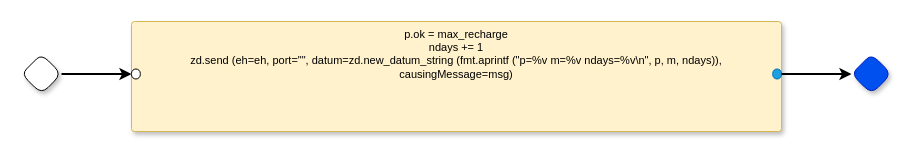
guitarvydas/dc0d keeps this draw.io diagram as page "Rest" (3 of 3) of dc0d.drawio. Above is the earlier version. Source tidied: cells renumbered, new cells numbered last; positions are measured from the earlier drawing's top-left corner, leaving out a move shared by most shapes. Both pictures are drawn from the tidied source at 100%, with x=0, y=0 at pixel (21, 21).
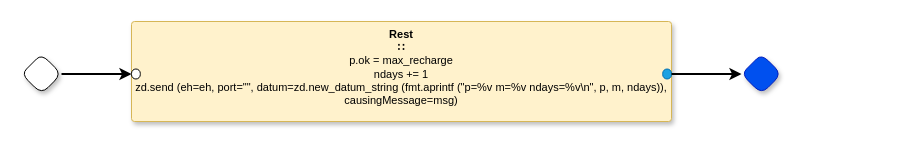
Above is the later version.

Commit message (it also covers changes not shown here):
get rid of span in Rest

Diff of the diagram source:
```diff
@@
 <mxGraphModel>
   <root>
     <mxCell id="0" />
     <mxCell id="1" parent="0" />
-    <mxCell id="2" value="p.ok = max_recharge&lt;br&gt;ndays += 1&lt;br&gt;zd.send (eh=eh, port=&quot;&quot;, datum=zd.new_datum_string (fmt.aprintf (&quot;p=%v m=%v ndays=%v\n&quot;, p, m, ndays)), causingMessage=msg)" style="rounded=1;whiteSpace=wrap;html=1;sketch=0;verticalAlign=top;arcSize=6;fontStyle=0;absoluteArcSize=1;shadow=1;strokeColor=#d6b656;fillColor=#fff2cc;fontFamily=Helvetica;fontSize=11;" parent="1" vertex="1">
-      <mxGeometry x="110" width="650" height="110" as="geometry" />
+    <mxCell id="2" value="&lt;span style=&quot;border-color: var(--border-color);&quot;&gt;&lt;b&gt;Rest&lt;br&gt;∷&lt;br&gt;&lt;/b&gt;&lt;/span&gt;p.ok = max_recharge&lt;br&gt;ndays += 1&lt;br&gt;zd.send (eh=eh, port=&quot;&quot;, datum=zd.new_datum_string (fmt.aprintf (&quot;p=%v m=%v ndays=%v\n&quot;, p, m, ndays)), causingMessage=msg)" style="rounded=1;whiteSpace=wrap;html=1;sketch=0;verticalAlign=top;arcSize=6;fontStyle=0;absoluteArcSize=1;shadow=1;strokeColor=#d6b656;fillColor=#fff2cc;fontFamily=Helvetica;fontSize=11;" parent="1" vertex="1">
+      <mxGeometry x="110" width="540" height="100" as="geometry" />
     </mxCell>
     <mxCell id="3" style="rounded=1;whiteSpace=wrap;html=1;sketch=0;points=[[0,0.5,0,0,0],[1,0.5,0,0,0]];arcSize=50;fontFamily=Helvetica;fontSize=11;fontColor=default;" parent="2" vertex="1">
       <mxGeometry y="47.5" width="8.8" height="10" as="geometry" />
     </mxCell>
     <mxCell id="4" style="rounded=1;whiteSpace=wrap;html=1;sketch=0;points=[[0,0.5,0,0,0],[1,0.5,0,0,0]];arcSize=50;fontFamily=Helvetica;fontSize=11;fontColor=#ffffff;fillColor=#1ba1e2;strokeColor=#006EAF;" parent="2" vertex="1">
-      <mxGeometry x="641.2" y="47.5" width="8.8" height="10" as="geometry" />
+      <mxGeometry x="531.2" y="47.5" width="8.8" height="10" as="geometry" />
     </mxCell>
     <mxCell id="5" style="rhombus;whiteSpace=wrap;html=1;rounded=1;fontStyle=1;glass=0;sketch=0;fontSize=12;points=[[0,0.5,0,0,0],[0.5,0,0,0,0],[0.5,1,0,0,0],[1,0.5,0,0,0]];shadow=1;fontFamily=Helvetica;fontColor=default;" parent="1" vertex="1">
       <mxGeometry y="32.5" width="40" height="40" as="geometry" />
     </mxCell>
     <mxCell id="6" style="rhombus;whiteSpace=wrap;html=1;rounded=1;fillColor=#0050ef;fontColor=#ffffff;strokeColor=#001DBC;fontStyle=1;glass=0;sketch=0;fontSize=12;points=[[0,0.5,0,0,0],[0.5,0,0,0,0],[0.5,1,0,0,0],[1,0.5,0,0,0]];shadow=1;fontFamily=Helvetica;" parent="1" vertex="1">
-      <mxGeometry x="830" y="32.5" width="40" height="40" as="geometry" />
+      <mxGeometry x="720" y="32.5" width="40" height="40" as="geometry" />
     </mxCell>
     <mxCell id="7" style="edgeStyle=orthogonalEdgeStyle;shape=connector;curved=0;rounded=1;jettySize=auto;html=1;exitX=1;exitY=0.5;exitDx=0;exitDy=0;exitPerimeter=0;entryX=0;entryY=0.5;entryDx=0;entryDy=0;entryPerimeter=0;labelBackgroundColor=default;strokeColor=default;strokeWidth=2;align=center;verticalAlign=middle;fontFamily=Helvetica;fontSize=11;fontColor=default;endArrow=classic;" parent="1" edge="1" source="5" target="3">
       <mxGeometry relative="1" as="geometry" />
     </mxCell>
     <mxCell id="8" style="edgeStyle=orthogonalEdgeStyle;shape=connector;curved=0;rounded=1;jettySize=auto;html=1;exitX=1;exitY=0.5;exitDx=0;exitDy=0;exitPerimeter=0;labelBackgroundColor=default;strokeColor=default;strokeWidth=2;align=center;verticalAlign=middle;fontFamily=Helvetica;fontSize=11;fontColor=default;endArrow=classic;" parent="1" edge="1" source="4" target="6">
       <mxGeometry relative="1" as="geometry" />
     </mxCell>
   </root>
 </mxGraphModel>
```
